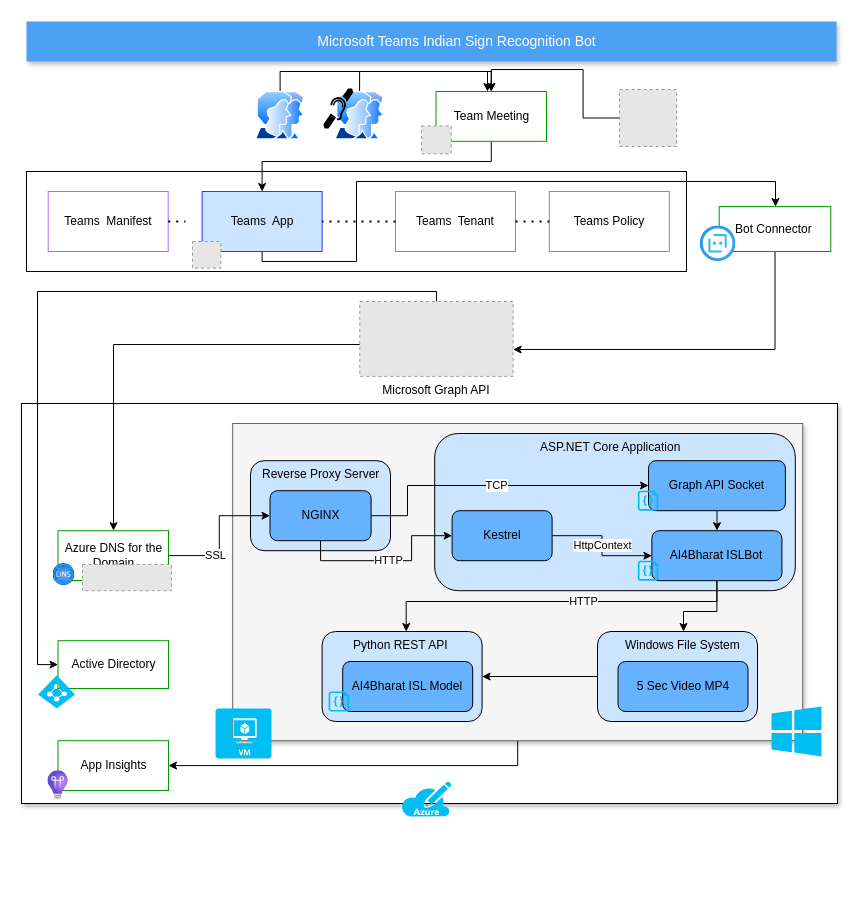
Earlier version of the draw.io diagram docs/images/ISL_Bot_Deployment_Architecture.drawio (AI4Bharat/INCLUDE-MS-Teams-Integration). Source tidied: cells renumbered, new cells numbered last; positions are measured from the earlier drawing's top-left corner, leaving out a move shared by most shapes. Both pictures are drawn from the tidied source at 100%, with x=0, y=0 at pixel (21, 21). Pictures stored in the file or linked from it are replaced by grey dashed boxes.
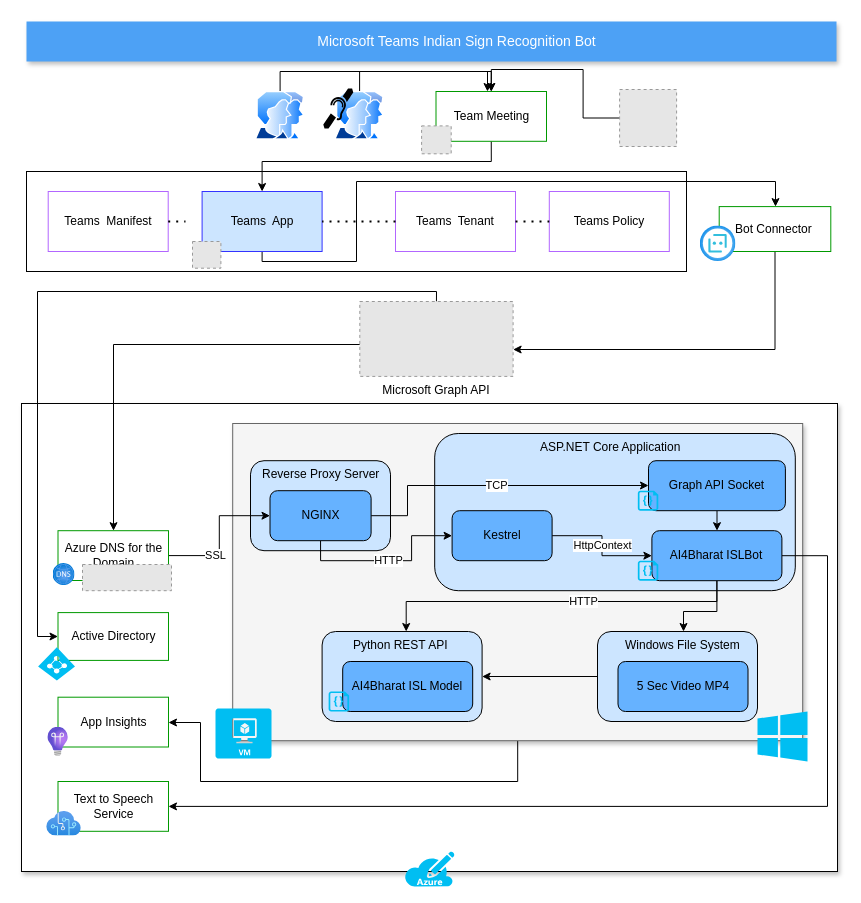
Above is the later version.

The change refers to these unchanged cells:
```xml
<mxCell id="6" style="rounded=0;whiteSpace=wrap;html=1;shadow=1;fillColor=#f5f5f5;strokeColor=#666666;fontColor=#333333;" parent="1" vertex="1">
  <mxGeometry x="211.2" y="402" width="570" height="317.2" as="geometry" />
</mxCell>
<mxCell id="20" value="Microsoft Graph API" style="fillColor=#E6E6E6;strokeColor=#999999;dashed=1;verticalLabelPosition=bottom;labelBackgroundColor=#ffffff;verticalAlign=top;" parent="1" vertex="1">
  <mxGeometry x="338.3" y="280" width="153.3" height="74.9" as="geometry" />
</mxCell>
<mxCell id="38" value="AI4Bharat ISLBot" style="rounded=1;whiteSpace=wrap;html=1;fillColor=#66B2FF;" parent="1" vertex="1">
  <mxGeometry x="630.4" y="509.2" width="130" height="50" as="geometry" />
</mxCell>
```

The edit, as a diff of the source:
```diff
@@
     <mxCell id="2" style="rounded=0;whiteSpace=wrap;html=1;shadow=1;" parent="1" vertex="1">
-      <mxGeometry y="382" width="816" height="400" as="geometry" />
+      <mxGeometry y="382" width="816" height="468" as="geometry" />
     </mxCell>
@@
     <mxCell id="5" style="edgeStyle=orthogonalEdgeStyle;rounded=0;jettySize=auto;html=1;exitX=0.5;exitY=1;exitDx=0;exitDy=0;" parent="1" edge="1" source="6" target="45">
-      <mxGeometry relative="1" as="geometry" />
+      <mxGeometry relative="1" as="geometry">
+        <Array as="points">
+          <mxPoint x="496" y="760" />
+          <mxPoint x="179" y="760" />
+          <mxPoint x="179" y="701" />
+        </Array>
+      </mxGeometry>
     </mxCell>
@@
     <mxCell id="19" style="edgeStyle=orthogonalEdgeStyle;rounded=0;jettySize=auto;html=1;entryX=0;entryY=0.5;entryDx=0;entryDy=0;exitX=0.5;exitY=0;exitDx=0;exitDy=0;" parent="1" edge="1" source="20" target="22">
       <mxGeometry relative="1" as="geometry">
         <Array as="points">
           <mxPoint x="415" y="270" />
           <mxPoint x="16" y="270" />
-          <mxPoint x="16" y="643" />
+          <mxPoint x="16" y="615" />
         </Array>
       </mxGeometry>
     </mxCell>
@@
     <mxCell id="22" value="Active Directory" style="rounded=0;whiteSpace=wrap;html=1;strokeColor=#009900;fillColor=#FFFFFF;" parent="1" vertex="1">
-      <mxGeometry x="36.5" y="619.2" width="110.5" height="47.8" as="geometry" />
+      <mxGeometry x="36.5" y="591.1" width="110.5" height="47.8" as="geometry" />
     </mxCell>
     <mxCell id="23" style="verticalLabelPosition=bottom;html=1;verticalAlign=top;align=center;strokeColor=none;fillColor=#00BEF2;shape=mxgraph.azure.azure_active_directory;" parent="1" vertex="1">
-      <mxGeometry x="16.6" y="653.8" width="36.9" height="33.2" as="geometry" />
+      <mxGeometry x="16.6" y="625.7" width="36.9" height="33.2" as="geometry" />
     </mxCell>
@@
+    <mxCell id="70" style="edgeStyle=orthogonalEdgeStyle;rounded=0;jettySize=auto;html=1;entryX=1;entryY=0.5;entryDx=0;entryDy=0;exitX=1;exitY=0.5;exitDx=0;exitDy=0;" parent="1" edge="1" source="38" target="71">
+      <mxGeometry relative="1" as="geometry">
+        <Array as="points">
+          <mxPoint x="806" y="534" />
+          <mxPoint x="806" y="785" />
+        </Array>
+      </mxGeometry>
+    </mxCell>
@@
     <mxCell id="45" value="App Insights" style="rounded=0;whiteSpace=wrap;html=1;strokeColor=#009900;fillColor=#FFFFFF;" parent="1" vertex="1">
-      <mxGeometry x="36.5" y="719.2" width="110.5" height="49.8" as="geometry" />
+      <mxGeometry x="36.5" y="675.7" width="110.5" height="49.8" as="geometry" />
     </mxCell>
     <mxCell id="46" style="html=1;align=center;image;fontSize=12;image=img/lib/azure2/devops/Application_Insights.svg;" parent="1" vertex="1">
-      <mxGeometry x="26.4" y="749.2" width="20.4" height="29.3" as="geometry" />
+      <mxGeometry x="26.4" y="705.7" width="20.4" height="29.3" as="geometry" />
     </mxCell>
@@
     <mxCell id="59" style="verticalLabelPosition=bottom;html=1;verticalAlign=top;align=center;strokeColor=none;fillColor=#00BEF2;shape=mxgraph.azure.azure_subscription;" parent="1" vertex="1">
-      <mxGeometry x="379.8" y="760" width="50" height="35" as="geometry" />
+      <mxGeometry x="383" y="830" width="50" height="35" as="geometry" />
     </mxCell>
     <mxCell id="60" style="verticalLabelPosition=bottom;html=1;verticalAlign=top;align=center;strokeColor=none;fillColor=#00BEF2;shape=mxgraph.azure.azure_instance;" parent="1" vertex="1">
-      <mxGeometry x="750" y="685" width="50" height="50" as="geometry" />
+      <mxGeometry x="736" y="690" width="50" height="50" as="geometry" />
     </mxCell>
@@
+    <mxCell id="71" value="Text to Speech Service" style="rounded=0;whiteSpace=wrap;html=1;strokeColor=#009900;fillColor=#FFFFFF;" parent="1" vertex="1">
+      <mxGeometry x="36.5" y="760" width="110.5" height="49.8" as="geometry" />
+    </mxCell>
+    <mxCell id="72" style="html=1;align=center;image;fontSize=12;image=img/lib/azure2/ai_machine_learning/Cognitive_Services.svg;" parent="1" vertex="1">
+      <mxGeometry x="25.2" y="790" width="34.6" height="24.5" as="geometry" />
+    </mxCell>
```
